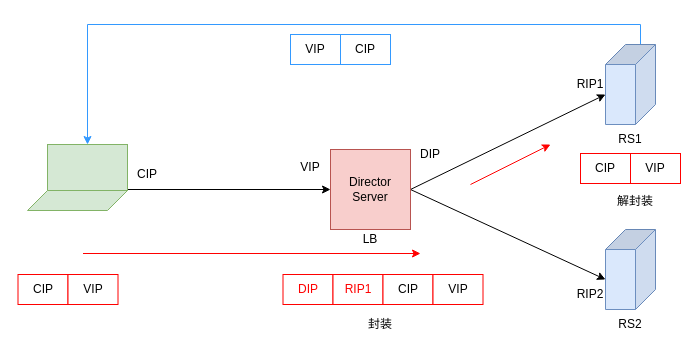
The draw.io diagram lvs-tun.drawio in ctimbai/draw.io, before the edit. Source tidied: cells renumbered, new cells numbered last; positions are measured from the earlier drawing's top-left corner, leaving out a move shared by most shapes. Both pictures are drawn from the tidied source at 100%, with x=0, y=0 at pixel (18, 34).
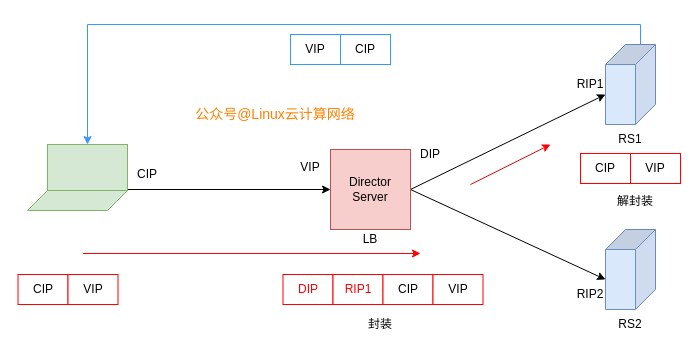
After the change.

Diff of the diagram source:
```diff
@@
+    <mxCell id="33" value="&lt;font color=&quot;#ff8000&quot; style=&quot;font-size: 14px&quot;&gt;公众号@Linux云计算网络&lt;/font&gt;" style="text;html=1;strokeColor=none;fillColor=none;align=center;verticalAlign=middle;whiteSpace=wrap;rounded=0;" parent="1" vertex="1">
+      <mxGeometry x="172" y="70" width="170" height="20" as="geometry" />
+    </mxCell>
```
